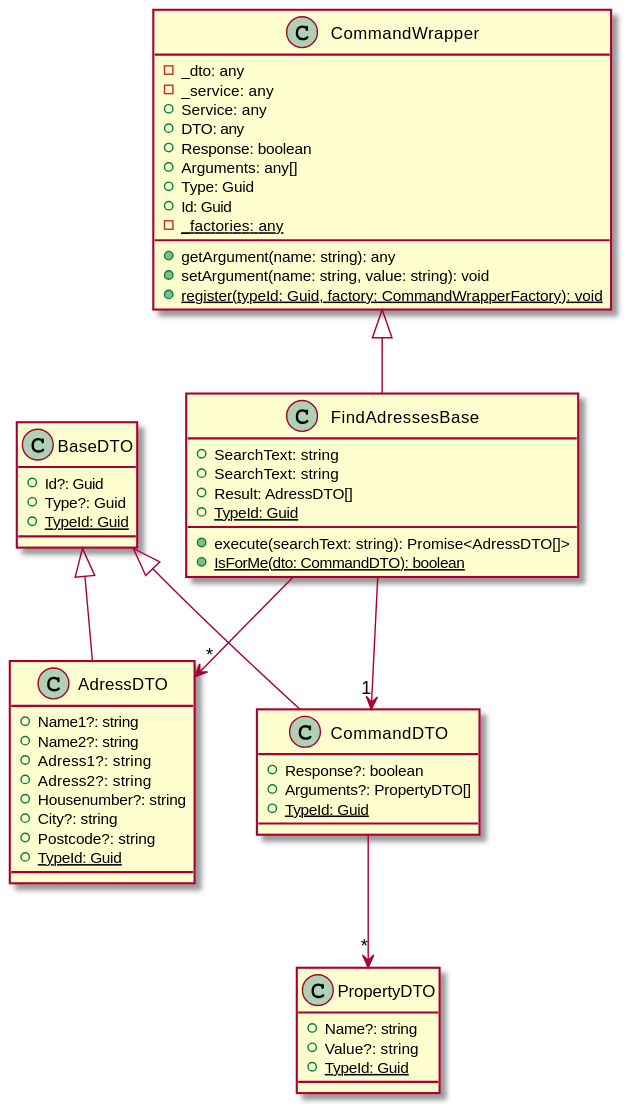
kokolorix/wEBcMD keeps this PlantUML diagram as wEBcMD/Doc/Types/ts/FindAdresses.svg. Above is the earlier version.
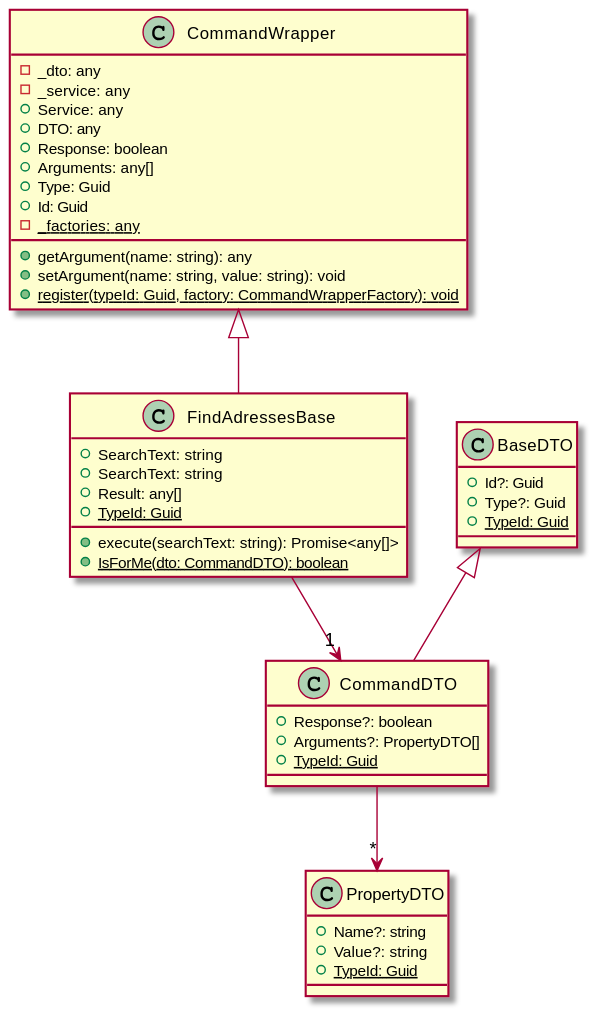
After the commit.

Diff of the diagram source:
```diff
@@ -1,19 +1,4 @@
 @startuml
-class BaseDTO {
-    +Id?: Guid
-    +Type?: Guid
-    +{static} TypeId: Guid
-}
-class AdressDTO extends BaseDTO {
-    +Name1?: string
-    +Name2?: string
-    +Adress1?: string
-    +Adress2?: string
-    +Housenumber?: string
-    +City?: string
-    +Postcode?: string
-    +{static} TypeId: Guid
-}
 class CommandWrapper {
     -_dto: any
     -_service: any
@@ -33,6 +18,11 @@
     +Value?: string
     +{static} TypeId: Guid
 }
+class BaseDTO {
+    +Id?: Guid
+    +Type?: Guid
+    +{static} TypeId: Guid
+}
 class CommandDTO extends BaseDTO {
     +Response?: boolean
     +Arguments?: PropertyDTO[]
@@ -41,12 +31,11 @@
 class FindAdressesBase extends CommandWrapper {
     +SearchText: string
     +SearchText: string
-    +Result: AdressDTO[]
-    +execute(searchText: string): Promise<AdressDTO[]>
+    +Result: any[]
+    +execute(searchText: string): Promise<any[]>
     +{static} TypeId: Guid
     +{static} IsForMe(dto: CommandDTO): boolean
 }
 CommandDTO --> "*" PropertyDTO
-FindAdressesBase --> "*" AdressDTO
 FindAdressesBase --> "1" CommandDTO
 @enduml
```
